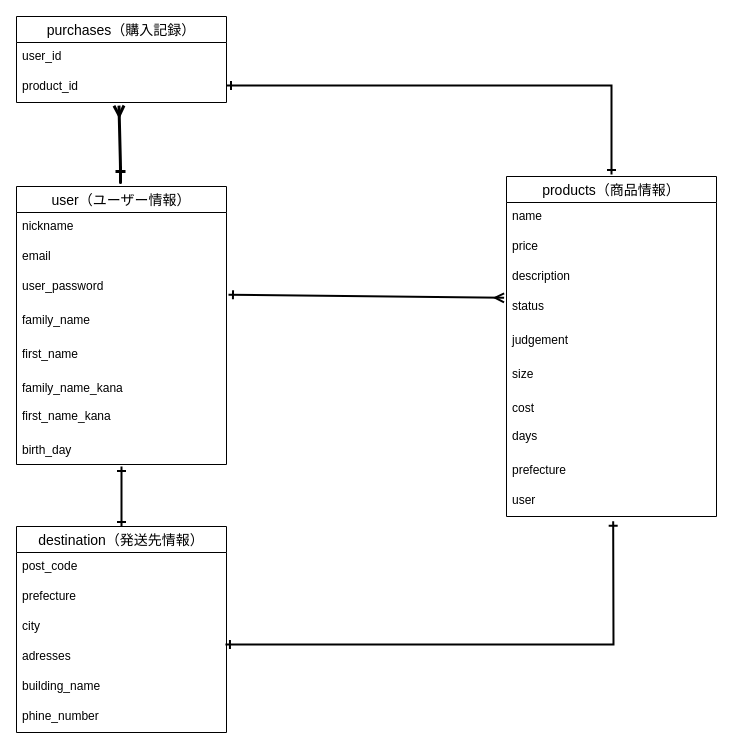
This is furima.dio from nono2chan/furima-39100, a draw.io file, before an edit. Source tidied: cells renumbered, new cells numbered last; positions are measured from the earlier drawing's top-left corner, leaving out a move shared by most shapes. Both pictures are drawn from the tidied source at 100%, with x=0, y=0 at pixel (16, 16).
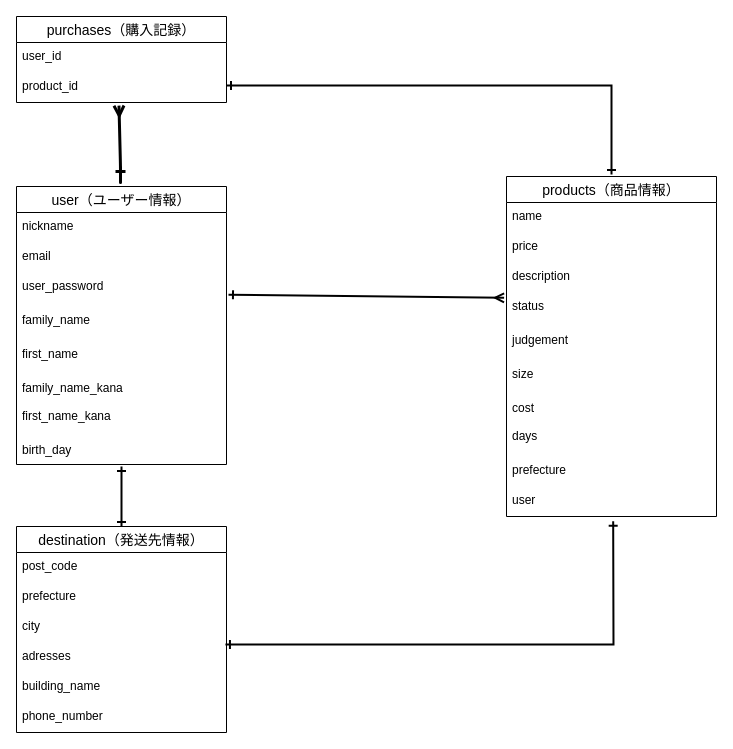
After the change.

Unchanged cells that the change refers to:
```xml
<mxCell id="25" value="destination（発送先情報）" style="swimlane;fontStyle=0;horizontal=1;startSize=26;align=center;fontSize=14;" parent="1" vertex="1">
  <mxGeometry y="510" width="210" height="206" as="geometry" />
</mxCell>
```

Change to the diagram source:
```diff
@@
-    <mxCell id="31" value="phine_number" style="text;strokeColor=none;fillColor=none;spacingLeft=4;spacingRight=4;overflow=hidden;fontSize=12;" parent="25" vertex="1">
+    <mxCell id="31" value="phone_number" style="text;strokeColor=none;fillColor=none;spacingLeft=4;spacingRight=4;overflow=hidden;fontSize=12;" parent="25" vertex="1">
       <mxGeometry y="176" width="210" height="30" as="geometry" />
     </mxCell>
```
